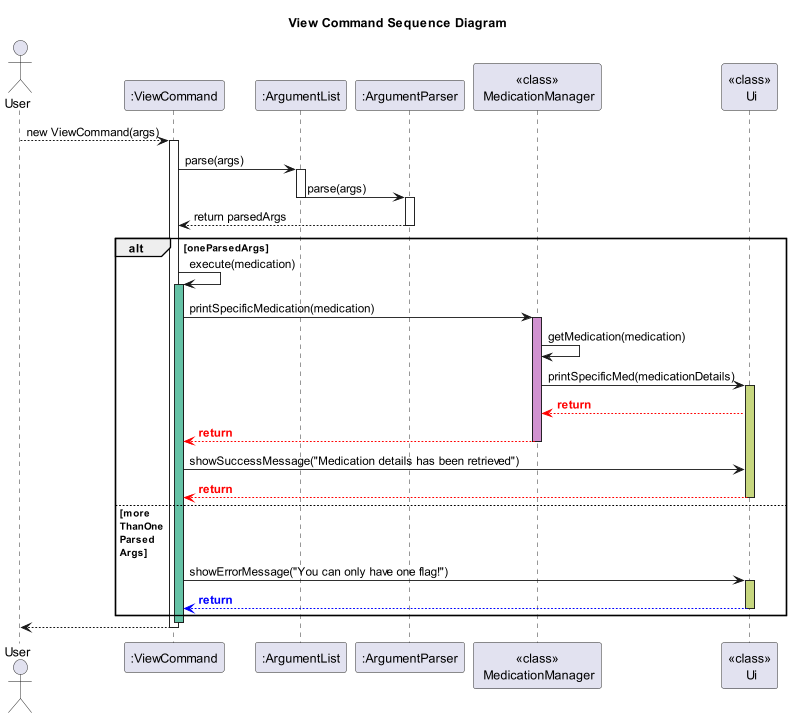
Above: docs/images/ViewCommand.png in e0958902/tp (PlantUML), before the change.
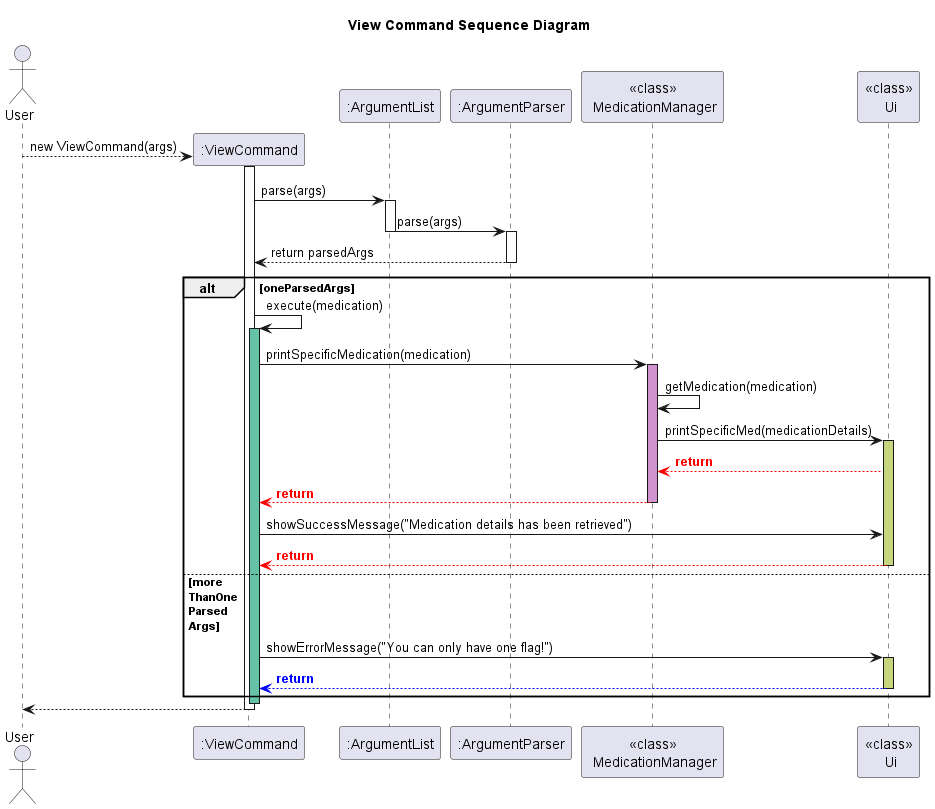
After the change.

Commit message:
Update DG Sequence Diagram

The edit, as a diff of the source:
```diff
@@ -8,7 +8,7 @@
 participant "<<class>>\n MedicationManager" as MedicationManager
 participant "<<class>>\n Ui" as Ui
 
-User --> ViewCommand: new ViewCommand(args)
+User --> ViewCommand ** : new ViewCommand(args)
 activate ViewCommand
 ViewCommand -> ArgumentList: parse(args)
 
```
